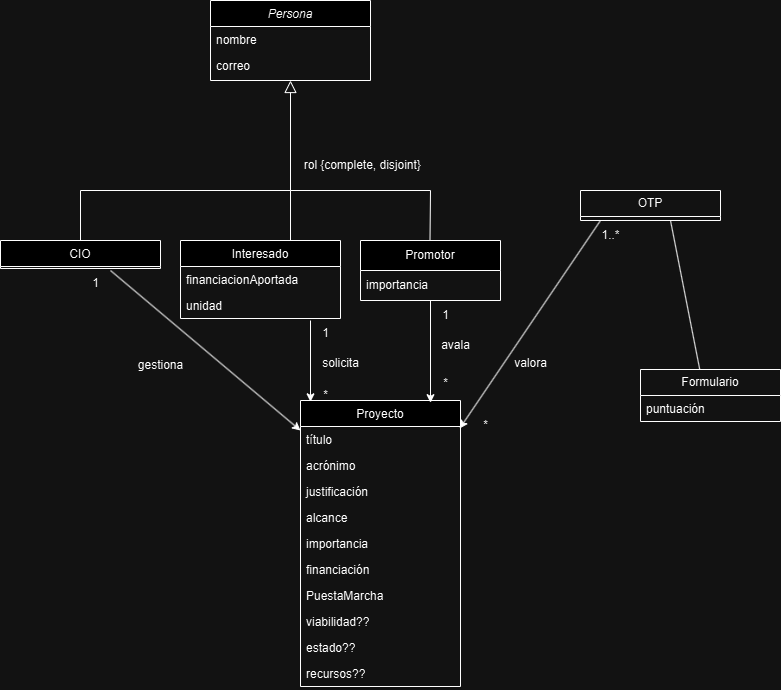
The draw.io diagram Diagrama de clases.png in antoniorichartedev/iw_24-25_SISTEMA_WEB_CARTERA_PROYECTOS, before a commit. Source tidied: cells renumbered, new cells last; positions are measured from the earlier drawing's top-left corner, leaving out a move shared by most shapes.
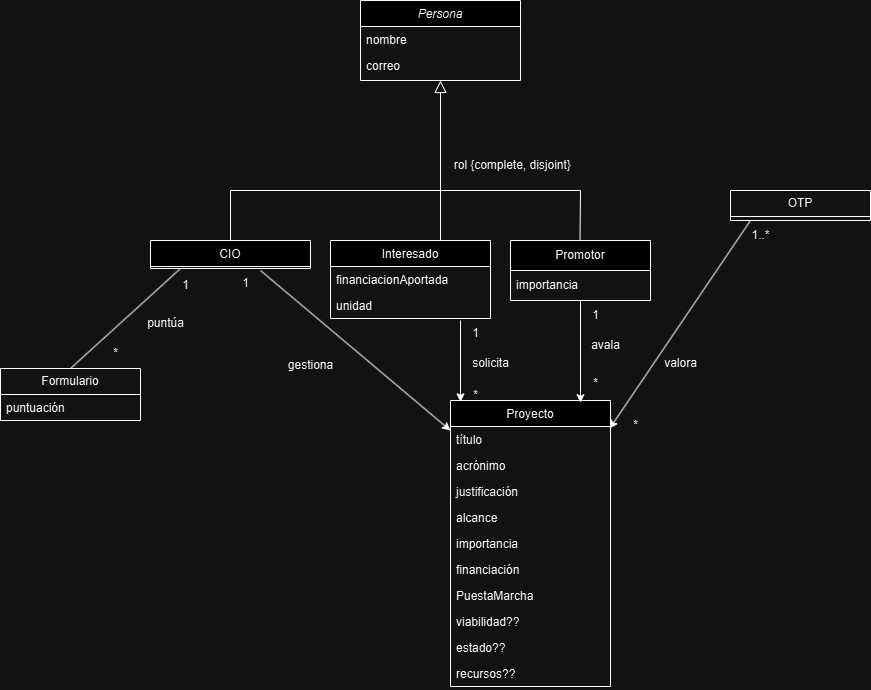
After the change.

What changed in the source:
```diff
@@ -138,7 +138,7 @@
       <mxGeometry x="430" y="300" width="30" height="30" as="geometry" />
     </mxCell>
     <mxCell id="41" value="Formulario" style="swimlane;fontStyle=0;horizontal=1;startSize=26;fillColor=none;whiteSpace=wrap;html=1;" parent="1" vertex="1">
-      <mxGeometry x="640" y="369" width="140" height="52" as="geometry" />
+      <mxGeometry x="-150" y="368" width="140" height="52" as="geometry" />
     </mxCell>
     <mxCell id="42" value="puntuación" style="text;strokeColor=none;fillColor=none;align=left;verticalAlign=top;spacingLeft=4;spacingRight=4;overflow=hidden;whiteSpace=wrap;html=1;" parent="41" vertex="1">
       <mxGeometry y="26" width="140" height="26" as="geometry" />
@@ -154,10 +154,19 @@
     <mxCell id="45" value="1" style="text;html=1;align=center;verticalAlign=middle;strokeColor=none;fillColor=none;" parent="1" vertex="1">
       <mxGeometry x="80" y="268" width="30" height="30" as="geometry" />
     </mxCell>
-    <mxCell id="46" style="endArrow=none;html=1;rounded=0;exitX=0.423;exitY=-0.003;exitDx=0;exitDy=0;exitPerimeter=0;" parent="1" edge="1" source="41">
-      <mxGeometry relative="1" as="geometry">
-        <mxPoint x="670" y="220" as="targetPoint" />
-      </mxGeometry>
-    </mxCell>
+    <mxCell id="47" style="endArrow=none;html=1;rounded=0;exitX=0.5;exitY=0;exitDx=0;exitDy=0;" parent="1" edge="1" source="41">
+      <mxGeometry relative="1" as="geometry">
+        <mxPoint x="30" y="268" as="targetPoint" />
+      </mxGeometry>
+    </mxCell>
+    <mxCell id="48" value="1" style="text;html=1;align=center;verticalAlign=middle;strokeColor=none;fillColor=none;" parent="1" vertex="1">
+      <mxGeometry x="20" y="270" width="30" height="30" as="geometry" />
+    </mxCell>
+    <mxCell id="49" value="*" style="text;html=1;align=center;verticalAlign=middle;strokeColor=none;fillColor=none;" parent="1" vertex="1">
+      <mxGeometry x="-50" y="338" width="30" height="30" as="geometry" />
+    </mxCell>
+    <mxCell id="50" value="puntúa" style="text;html=1;align=center;verticalAlign=middle;strokeColor=none;fillColor=none;" parent="1" vertex="1">
+      <mxGeometry x="-15" y="308" width="60" height="30" as="geometry" />
+    </mxCell>
   </root>
 </mxGraphModel>
```
